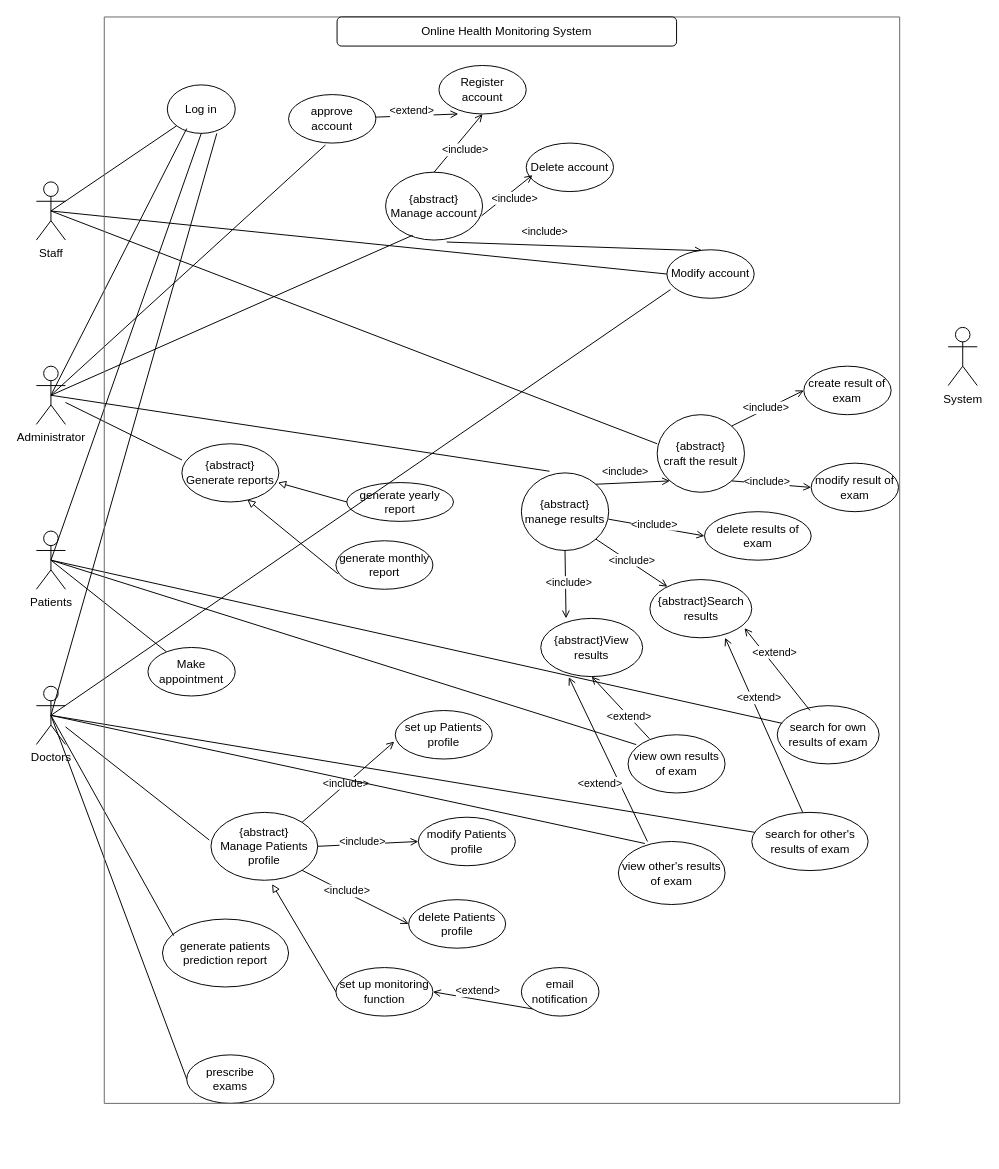
IndecentTulip/Online-Health-Monitoring-System keeps this draw.io diagram as use-case.drawio. Above is the earlier version. Source tidied: cells renumbered, new cells numbered last; positions are measured from the earlier drawing's top-left corner, leaving out a move shared by most shapes. Both pictures are drawn from the tidied source at 97%, with x=0, y=0 at pixel (36, 16).
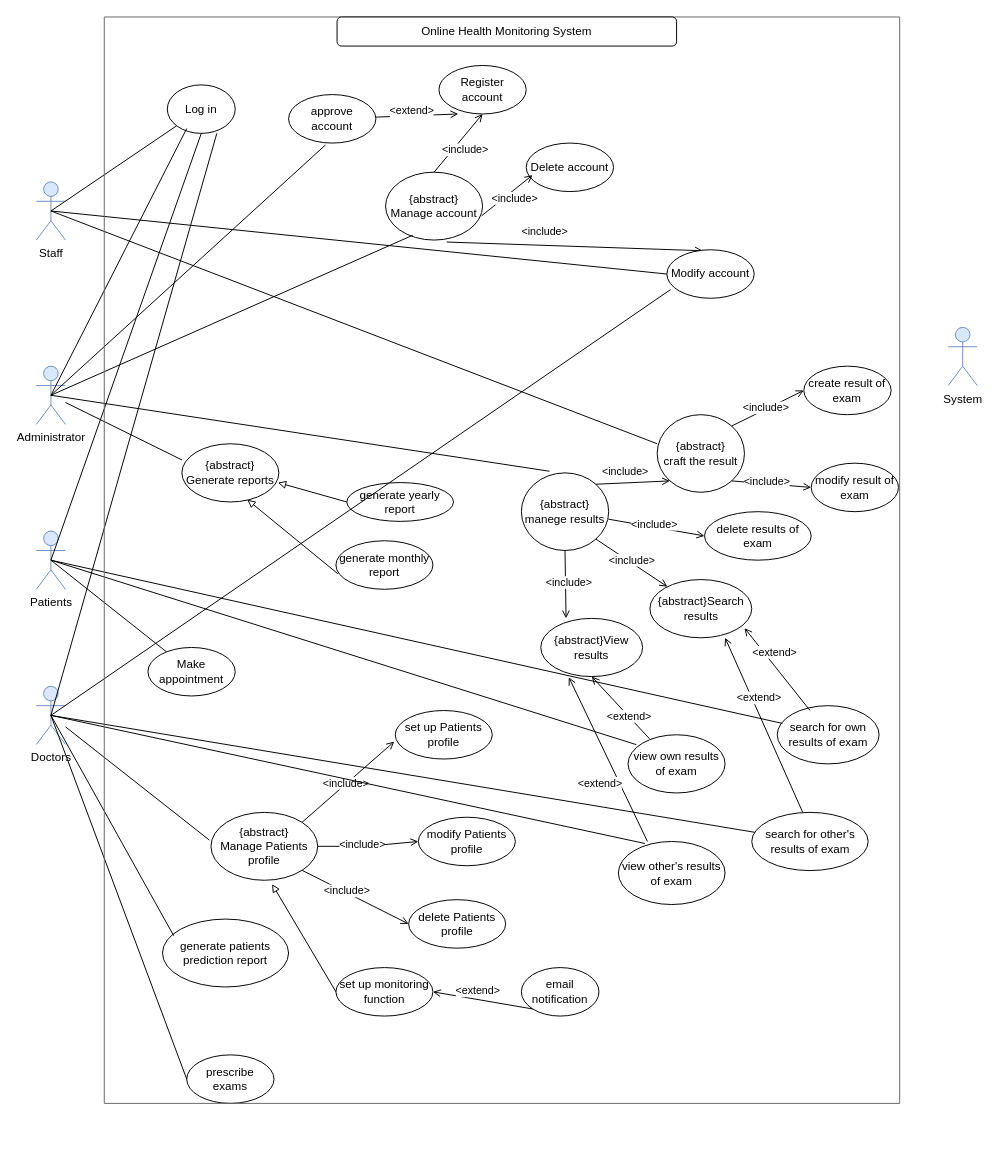
The same diagram, later.

The change refers to these unchanged cells:
```xml
<mxCell id="13" value="modify Patients profile" style="ellipse;whiteSpace=wrap;html=1;" parent="1" vertex="1">
  <mxGeometry x="393.8" y="825" width="100" height="50" as="geometry" />
</mxCell>
<mxCell id="38" value="{abstract}&lt;br&gt;Manage Patients profile" style="ellipse;whiteSpace=wrap;html=1;" parent="1" vertex="1">
  <mxGeometry x="180" y="820" width="110" height="70" as="geometry" />
</mxCell>
```

What changed in the source:
```diff
@@
-    <mxCell id="2" value="Doctors" style="shape=umlActor;verticalLabelPosition=bottom;verticalAlign=top;html=1;outlineConnect=0;" parent="1" vertex="1">
+    <mxCell id="2" value="Doctors" style="shape=umlActor;verticalLabelPosition=bottom;verticalAlign=top;html=1;outlineConnect=0;fillColor=#dae8fc;strokeColor=#6c8ebf;" parent="1" vertex="1">
       <mxGeometry y="690" width="30" height="60" as="geometry" />
     </mxCell>
-    <mxCell id="3" value="Administrator" style="shape=umlActor;verticalLabelPosition=bottom;verticalAlign=top;html=1;outlineConnect=0;" parent="1" vertex="1">
+    <mxCell id="3" value="Administrator" style="shape=umlActor;verticalLabelPosition=bottom;verticalAlign=top;html=1;outlineConnect=0;fillColor=#dae8fc;strokeColor=#6c8ebf;" parent="1" vertex="1">
       <mxGeometry y="360" width="30" height="60" as="geometry" />
     </mxCell>
-    <mxCell id="4" value="Staff" style="shape=umlActor;verticalLabelPosition=bottom;verticalAlign=top;html=1;outlineConnect=0;" parent="1" vertex="1">
+    <mxCell id="4" value="Staff" style="shape=umlActor;verticalLabelPosition=bottom;verticalAlign=top;html=1;outlineConnect=0;fillColor=#dae8fc;strokeColor=#6c8ebf;" parent="1" vertex="1">
       <mxGeometry y="170" width="30" height="60" as="geometry" />
     </mxCell>
-    <mxCell id="5" value="Patients" style="shape=umlActor;verticalLabelPosition=bottom;verticalAlign=top;html=1;outlineConnect=0;" parent="1" vertex="1">
+    <mxCell id="5" value="Patients" style="shape=umlActor;verticalLabelPosition=bottom;verticalAlign=top;html=1;outlineConnect=0;fillColor=#dae8fc;strokeColor=#6c8ebf;" parent="1" vertex="1">
       <mxGeometry y="530" width="30" height="60" as="geometry" />
     </mxCell>
@@
     <mxCell id="43" style="endArrow=open;html=1;rounded=0;entryX=0;entryY=0.5;entryDx=0;entryDy=0;endFill=0;exitX=1;exitY=0.5;exitDx=0;exitDy=0;" parent="1" edge="1" source="38" target="13">
-      <mxGeometry relative="1" as="geometry" />
+      <mxGeometry relative="1" as="geometry">
+        <Array as="points">
+          <mxPoint x="340" y="855" />
+        </Array>
+      </mxGeometry>
     </mxCell>
@@
-    <mxCell id="95" style="rounded=1;whiteSpace=wrap;html=1;shadow=0;strokeWidth=0;fillColor=none;strokeColor=none;" parent="1" vertex="1">
-      <mxGeometry x="900" y="320" width="60" height="60" as="geometry" />
-    </mxCell>
@@
-    <mxCell id="97" value="System" style="shape=umlActor;verticalLabelPosition=bottom;verticalAlign=top;html=1;" parent="1" vertex="1">
+    <mxCell id="97" value="System" style="shape=umlActor;verticalLabelPosition=bottom;verticalAlign=top;html=1;fillColor=#dae8fc;strokeColor=#6c8ebf;" parent="1" vertex="1">
       <mxGeometry x="940" y="320" width="30" height="60" as="geometry" />
     </mxCell>
```
